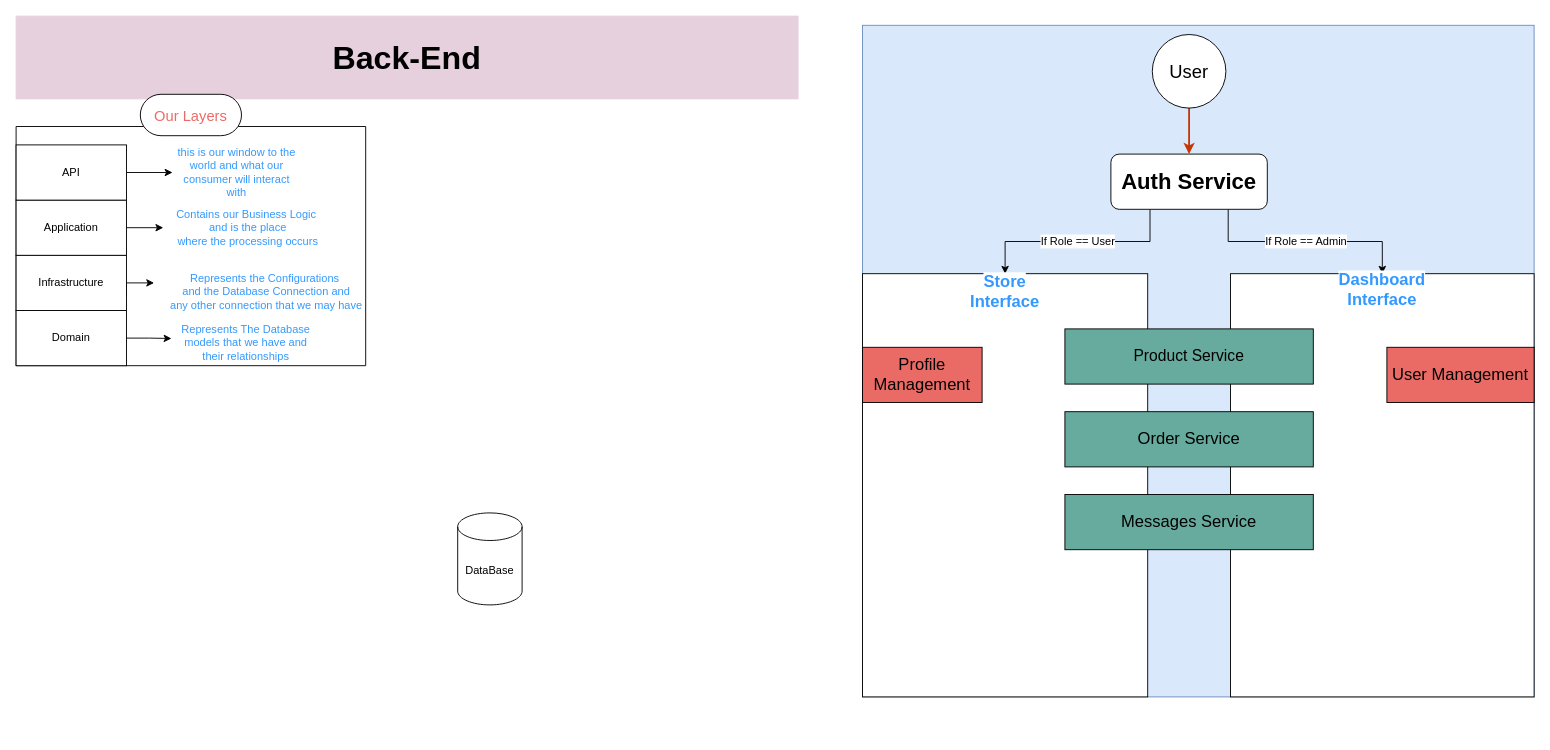
Earlier version of the draw.io diagram Untitled Diagram.drawio (Ozzy-ZY/Ctrl_P_backEnd). Source tidied: cells renumbered, new cells numbered last; positions are measured from the earlier drawing's top-left corner, leaving out a move shared by most shapes. Both pictures are drawn from the tidied source at 92%, with x=0, y=0 at pixel (16, 16).
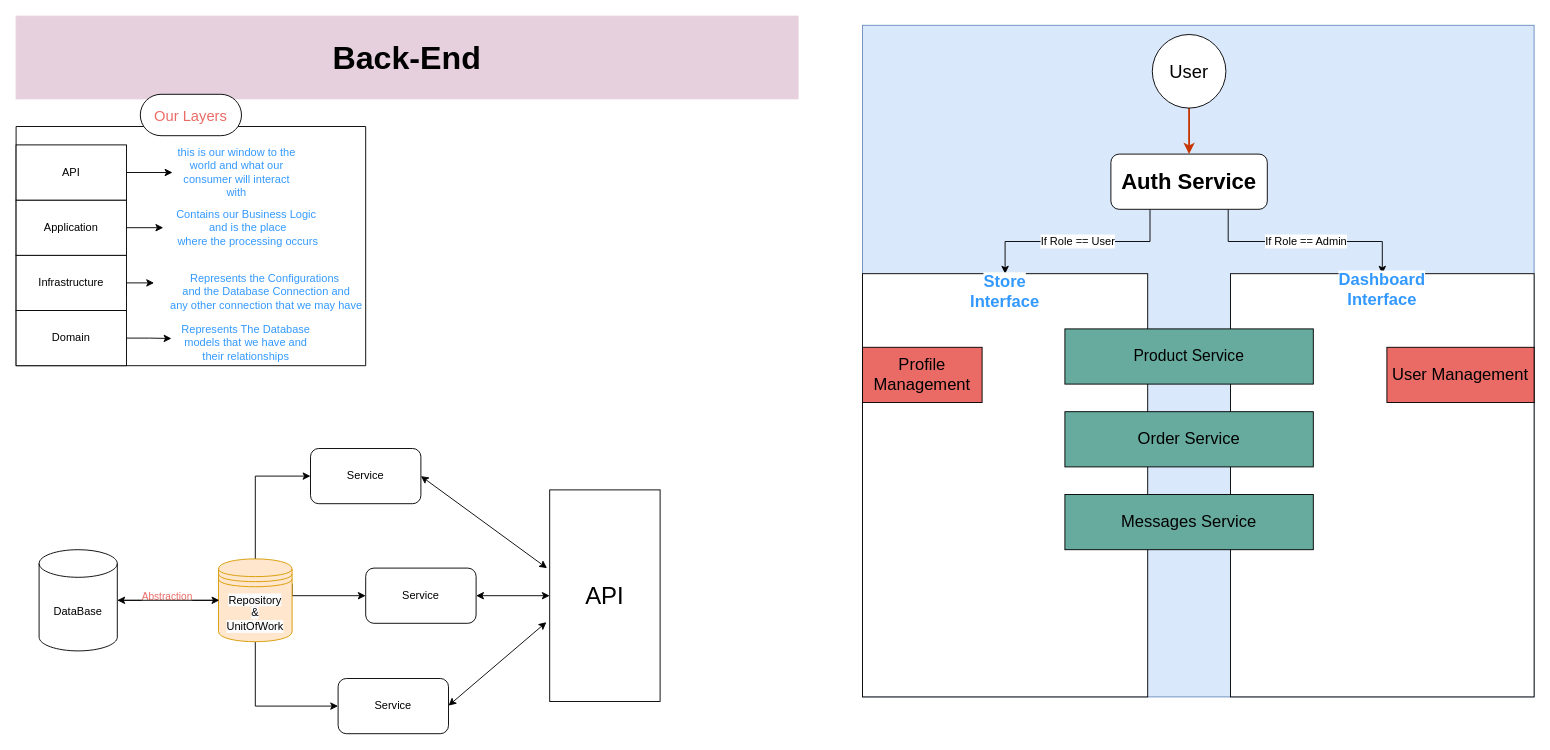
Above is the later version.

What changed in the source:
```diff
@@
+    <mxCell id="33" style="edgeStyle=orthogonalEdgeStyle;rounded=0;orthogonalLoop=1;jettySize=auto;html=1;exitX=1;exitY=0.5;exitDx=0;exitDy=0;exitPerimeter=0;entryX=0;entryY=0.5;entryDx=0;entryDy=0;" parent="1" edge="1">
+      <mxGeometry relative="1" as="geometry">
+        <mxPoint x="111" y="635" as="sourcePoint" />
+        <mxPoint x="221" y="635" as="targetPoint" />
+      </mxGeometry>
+    </mxCell>
+    <mxCell id="34" value="&lt;font color=&quot;#ea6b66&quot;&gt;Abstraction&lt;/font&gt;" style="edgeLabel;html=1;align=center;verticalAlign=middle;" parent="33" vertex="1">
+      <mxGeometry x="-0.06" y="-3" relative="1" as="geometry">
+        <mxPoint y="-8" as="offset" />
+      </mxGeometry>
+    </mxCell>
     <mxCell id="32" value="DataBase" style="shape=cylinder3;whiteSpace=wrap;html=1;boundedLbl=1;backgroundOutline=1;size=15;" parent="1" vertex="1">
-      <mxGeometry x="480" y="540" width="70" height="100" as="geometry" />
+      <mxGeometry x="25" y="580" width="85" height="110" as="geometry" />
     </mxCell>
+    <mxCell id="35" style="edgeStyle=orthogonalEdgeStyle;rounded=0;jettySize=auto;html=1;exitX=0.5;exitY=0;exitDx=0;exitDy=0;entryX=0;entryY=0.5;entryDx=0;entryDy=0;" parent="1" edge="1" source="38" target="42">
+      <mxGeometry relative="1" as="geometry" />
+    </mxCell>
+    <mxCell id="36" style="edgeStyle=orthogonalEdgeStyle;rounded=0;jettySize=auto;html=1;exitX=1;exitY=0.3;exitDx=0;exitDy=0;entryX=0;entryY=0.5;entryDx=0;entryDy=0;" parent="1" edge="1" source="38" target="41">
+      <mxGeometry relative="1" as="geometry">
+        <Array as="points">
+          <mxPoint x="300" y="630" />
+        </Array>
+      </mxGeometry>
+    </mxCell>
+    <mxCell id="37" style="edgeStyle=orthogonalEdgeStyle;rounded=0;jettySize=auto;html=1;exitX=0.5;exitY=1;exitDx=0;exitDy=0;entryX=0;entryY=0.5;entryDx=0;entryDy=0;" parent="1" edge="1" source="38" target="40">
+      <mxGeometry relative="1" as="geometry" />
+    </mxCell>
+    <mxCell id="38" value="&lt;span style=&quot;color: rgb(0, 0, 0); font-family: Helvetica; font-size: 12px; font-style: normal; font-variant-ligatures: normal; font-variant-caps: normal; font-weight: 400; letter-spacing: normal; orphans: 2; text-align: center; text-indent: 0px; text-transform: none; widows: 2; word-spacing: 0px; -webkit-text-stroke-width: 0px; white-space: normal; background-color: rgb(251, 251, 251); text-decoration-thickness: initial; text-decoration-style: initial; text-decoration-color: initial; display: inline !important; float: none;&quot;&gt;Repository&lt;/span&gt;&lt;div&gt;&lt;span style=&quot;color: rgb(0, 0, 0); font-family: Helvetica; font-size: 12px; font-style: normal; font-variant-ligatures: normal; font-variant-caps: normal; font-weight: 400; letter-spacing: normal; orphans: 2; text-align: center; text-indent: 0px; text-transform: none; widows: 2; word-spacing: 0px; -webkit-text-stroke-width: 0px; white-space: normal; background-color: rgb(251, 251, 251); text-decoration-thickness: initial; text-decoration-style: initial; text-decoration-color: initial; display: inline !important; float: none;&quot;&gt;&amp;amp;&lt;/span&gt;&lt;/div&gt;&lt;div&gt;&lt;span style=&quot;color: rgb(0, 0, 0); font-family: Helvetica; font-size: 12px; font-style: normal; font-variant-ligatures: normal; font-variant-caps: normal; font-weight: 400; letter-spacing: normal; orphans: 2; text-align: center; text-indent: 0px; text-transform: none; widows: 2; word-spacing: 0px; -webkit-text-stroke-width: 0px; white-space: normal; background-color: rgb(251, 251, 251); text-decoration-thickness: initial; text-decoration-style: initial; text-decoration-color: initial; display: inline !important; float: none;&quot;&gt;UnitOfWork&lt;/span&gt;&lt;/div&gt;" style="shape=datastore;whiteSpace=wrap;html=1;fillColor=#ffe6cc;strokeColor=#d79b00;" parent="1" vertex="1">
+      <mxGeometry x="220" y="590" width="80" height="90" as="geometry" />
+    </mxCell>
+    <mxCell id="39" style="edgeStyle=orthogonalEdgeStyle;rounded=0;jettySize=auto;html=1;exitX=0;exitY=0.5;exitDx=0;exitDy=0;entryX=1;entryY=0.5;entryDx=0;entryDy=0;entryPerimeter=0;" parent="1" edge="1" source="38" target="32">
+      <mxGeometry relative="1" as="geometry" />
+    </mxCell>
+    <mxCell id="40" value="Service" style="rounded=1;whiteSpace=wrap;html=1;" parent="1" vertex="1">
+      <mxGeometry x="350" y="720" width="120" height="60" as="geometry" />
+    </mxCell>
+    <mxCell id="41" value="Service" style="rounded=1;whiteSpace=wrap;html=1;" parent="1" vertex="1">
+      <mxGeometry x="380" y="600" width="120" height="60" as="geometry" />
+    </mxCell>
+    <mxCell id="42" value="Service" style="rounded=1;whiteSpace=wrap;html=1;" parent="1" vertex="1">
+      <mxGeometry x="320" y="470" width="120" height="60" as="geometry" />
+    </mxCell>
+    <mxCell id="43" value="&lt;font style=&quot;font-size: 26px;&quot;&gt;API&lt;/font&gt;" style="rounded=0;whiteSpace=wrap;html=1;" parent="1" vertex="1">
+      <mxGeometry x="580" y="515" width="120" height="230" as="geometry" />
+    </mxCell>
+    <mxCell id="44" style="endArrow=classic;startArrow=classic;html=1;rounded=0;exitX=1;exitY=0.5;exitDx=0;exitDy=0;entryX=-0.024;entryY=0.37;entryDx=0;entryDy=0;entryPerimeter=0;" parent="1" edge="1" source="42" target="43">
+      <mxGeometry relative="1" as="geometry" />
+    </mxCell>
+    <mxCell id="45" style="endArrow=classic;startArrow=classic;html=1;rounded=0;entryX=0;entryY=0.5;entryDx=0;entryDy=0;exitX=1;exitY=0.5;exitDx=0;exitDy=0;" parent="1" edge="1" source="41" target="43">
+      <mxGeometry relative="1" as="geometry" />
+    </mxCell>
+    <mxCell id="46" style="endArrow=classic;startArrow=classic;html=1;rounded=0;entryX=-0.03;entryY=0.625;entryDx=0;entryDy=0;exitX=1;exitY=0.5;exitDx=0;exitDy=0;entryPerimeter=0;" parent="1" edge="1" target="43">
+      <mxGeometry relative="1" as="geometry">
+        <mxPoint x="470" y="749.5" as="sourcePoint" />
+      </mxGeometry>
+    </mxCell>
```
